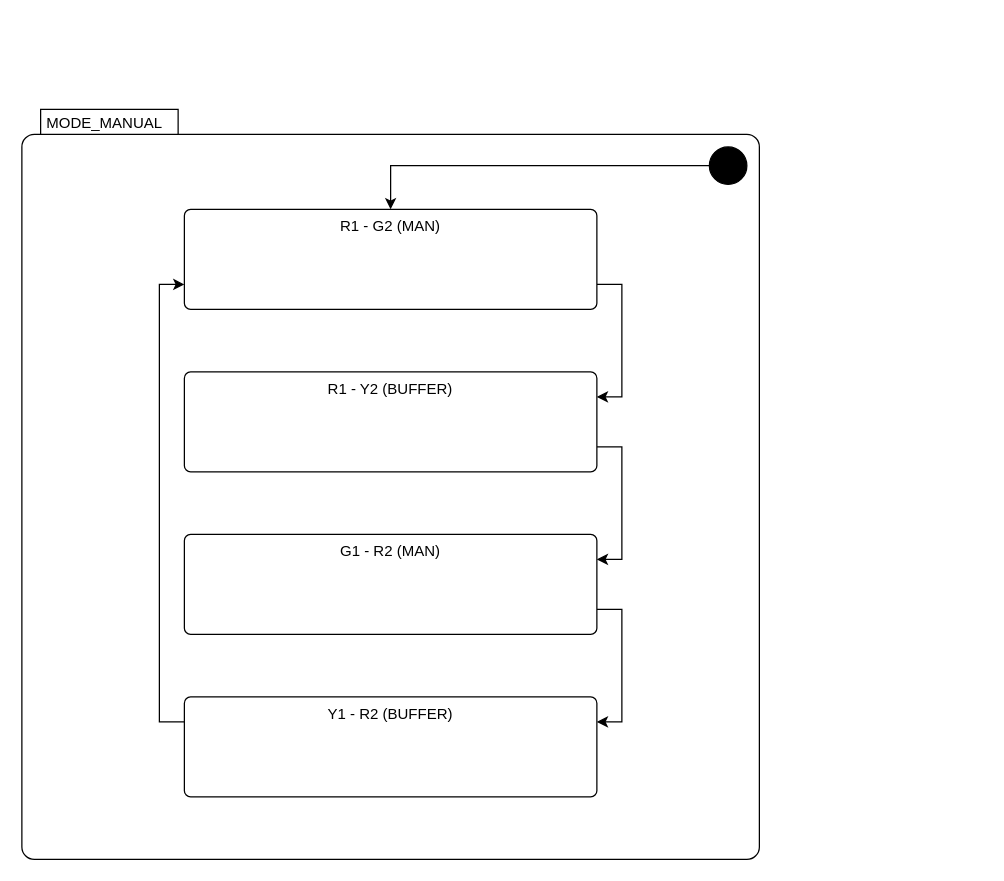
Above: page "fsm_manual_uml" (5 of 6) of Drafts/traffic_fsm.drawio in trananhtuhcmut/traffic_light_mcmp-assignment (draw.io), before the change. Source tidied: cells renumbered, new cells numbered last; positions are measured from the earlier drawing's top-left corner, leaving out a move shared by most shapes. Both pictures are drawn from the tidied source at 125%, with x=0, y=0 at pixel (21, 109).
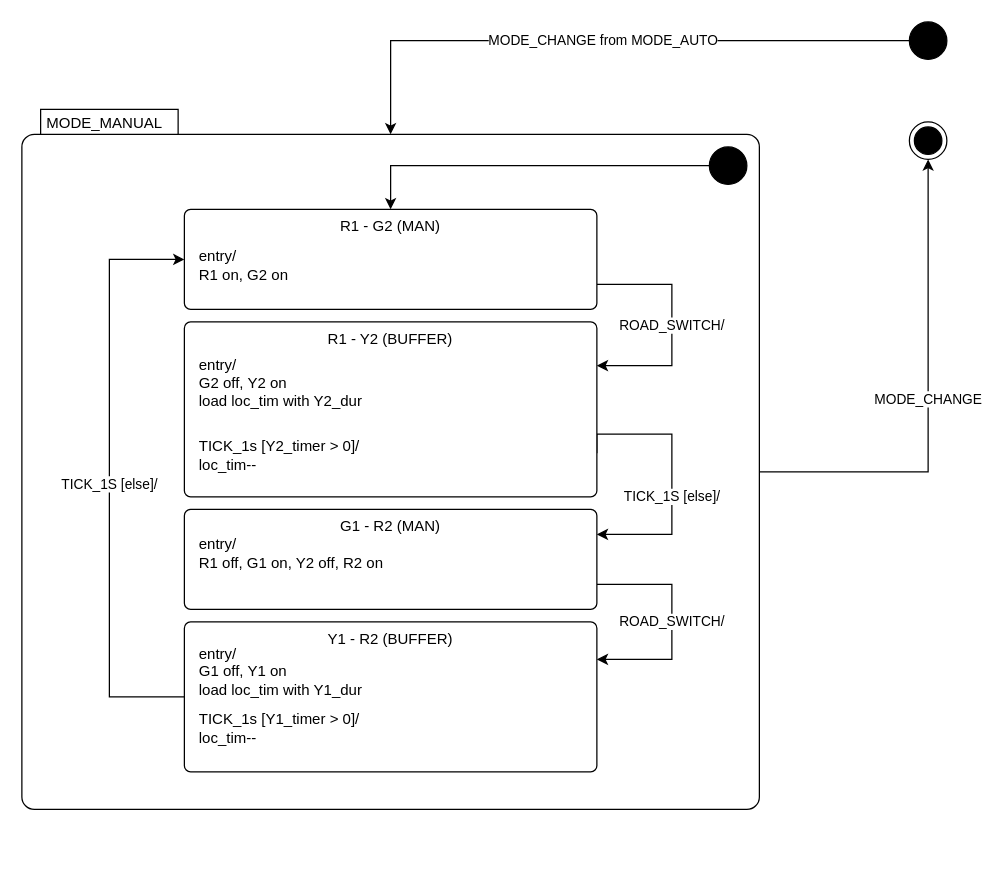
Above is the later version.

Diff of the diagram source:
```diff
@@
+    <mxCell id="13" value="MODE_CHANGE" style="edgeStyle=orthogonalEdgeStyle;rounded=0;jettySize=auto;html=1;exitX=1;exitY=0.5;exitDx=0;exitDy=10;exitPerimeter=0;entryX=0.5;entryY=1;entryDx=0;entryDy=0;defaultLabelBackgroundColor=page;" parent="1" edge="1" source="2" target="15">
+      <mxGeometry relative="1" as="geometry" />
+    </mxCell>
     <mxCell id="2" value="MODE_MANUAL" style="shape=mxgraph.sysml.compState;html=1;align=left;verticalAlign=top;spacingTop=-3;spacingLeft=18;" parent="1" vertex="1">
-      <mxGeometry width="590" height="600" as="geometry" />
+      <mxGeometry width="590" height="560" as="geometry" />
     </mxCell>
-    <mxCell id="3" style="edgeStyle=orthogonalEdgeStyle;rounded=0;jettySize=auto;html=1;exitX=1;exitY=0.75;exitDx=0;exitDy=0;entryX=1;entryY=0.25;entryDx=0;entryDy=0;defaultLabelBackgroundColor=page;" parent="1" edge="1" source="4" target="8">
-      <mxGeometry relative="1" as="geometry" />
+    <mxCell id="3" value="ROAD_SWITCH/" style="edgeStyle=orthogonalEdgeStyle;rounded=0;jettySize=auto;html=1;exitX=1;exitY=0.75;exitDx=0;exitDy=0;entryX=1;entryY=0.25;entryDx=0;entryDy=0;defaultLabelBackgroundColor=page;" parent="1" edge="1" source="4" target="8">
+      <mxGeometry x="0.01" relative="1" as="geometry">
+        <Array as="points">
+          <mxPoint x="520" y="140.3" />
+          <mxPoint x="520" y="204.9" />
+        </Array>
+      </mxGeometry>
     </mxCell>
-    <mxCell id="4" value="R1 - G2 (MAN)" style="html=1;align=center;verticalAlign=top;rounded=1;absoluteArcSize=1;arcSize=10;dashed=0;whiteSpace=wrap;" parent="1" vertex="1">
-      <mxGeometry x="130" y="80" width="330" height="80" as="geometry" />
-    </mxCell>
-    <mxCell id="5" style="edgeStyle=orthogonalEdgeStyle;rounded=0;jettySize=auto;html=1;exitX=1;exitY=0.75;exitDx=0;exitDy=0;entryX=1;entryY=0.25;entryDx=0;entryDy=0;defaultLabelBackgroundColor=page;" parent="1" edge="1" source="6" target="10">
-      <mxGeometry relative="1" as="geometry" />
+    <mxCell id="5" value="ROAD_SWITCH/" style="edgeStyle=orthogonalEdgeStyle;rounded=0;jettySize=auto;html=1;exitX=1;exitY=0.75;exitDx=0;exitDy=0;entryX=1;entryY=0.25;entryDx=0;entryDy=0;defaultLabelBackgroundColor=page;" parent="1" edge="1" source="6" target="10">
+      <mxGeometry relative="1" as="geometry">
+        <Array as="points">
+          <mxPoint x="520" y="379.9" />
+          <mxPoint x="520" y="440.3" />
+        </Array>
+      </mxGeometry>
     </mxCell>
-    <mxCell id="6" value="G1 - R2 (MAN)" style="html=1;align=center;verticalAlign=top;rounded=1;absoluteArcSize=1;arcSize=10;dashed=0;whiteSpace=wrap;" parent="1" vertex="1">
-      <mxGeometry x="130" y="340" width="330" height="80" as="geometry" />
-    </mxCell>
-    <mxCell id="7" style="edgeStyle=orthogonalEdgeStyle;rounded=0;jettySize=auto;html=1;exitX=1;exitY=0.75;exitDx=0;exitDy=0;entryX=1;entryY=0.25;entryDx=0;entryDy=0;defaultLabelBackgroundColor=page;" parent="1" edge="1" source="8" target="6">
-      <mxGeometry relative="1" as="geometry" />
+    <mxCell id="7" value="TICK_1S [else]/" style="edgeStyle=orthogonalEdgeStyle;rounded=0;jettySize=auto;html=1;exitX=1;exitY=0.75;exitDx=0;exitDy=0;entryX=1;entryY=0.25;entryDx=0;entryDy=0;defaultLabelBackgroundColor=page;" parent="1" edge="1" source="8" target="6">
+      <mxGeometry x="0.17" relative="1" as="geometry">
+        <Array as="points">
+          <mxPoint x="460" y="259.7" />
+          <mxPoint x="520" y="259.7" />
+          <mxPoint x="520" y="340" />
+        </Array>
+      </mxGeometry>
     </mxCell>
-    <mxCell id="8" value="R1 - Y2 (BUFFER)" style="html=1;align=center;verticalAlign=top;rounded=1;absoluteArcSize=1;arcSize=10;dashed=0;whiteSpace=wrap;" parent="1" vertex="1">
-      <mxGeometry x="130" y="210" width="330" height="80" as="geometry" />
-    </mxCell>
-    <mxCell id="9" style="edgeStyle=orthogonalEdgeStyle;rounded=0;jettySize=auto;html=1;exitX=0;exitY=0.25;exitDx=0;exitDy=0;entryX=0;entryY=0.75;entryDx=0;entryDy=0;defaultLabelBackgroundColor=page;" parent="1" edge="1" source="10" target="4">
-      <mxGeometry relative="1" as="geometry" />
+    <mxCell id="9" value="TICK_1S [else]/" style="edgeStyle=orthogonalEdgeStyle;rounded=0;jettySize=auto;html=1;exitX=0;exitY=0.5;exitDx=0;exitDy=0;entryX=0;entryY=0.5;entryDx=0;entryDy=0;defaultLabelBackgroundColor=page;" parent="1" edge="1" source="10" target="4">
+      <mxGeometry x="-0.02" relative="1" as="geometry">
+        <Array as="points">
+          <mxPoint x="70" y="470" />
+          <mxPoint x="70" y="120" />
+        </Array>
+      </mxGeometry>
     </mxCell>
-    <mxCell id="10" value="Y1 - R2 (BUFFER)" style="html=1;align=center;verticalAlign=top;rounded=1;absoluteArcSize=1;arcSize=10;dashed=0;whiteSpace=wrap;" parent="1" vertex="1">
-      <mxGeometry x="130" y="470" width="330" height="80" as="geometry" />
-    </mxCell>
@@
+    <mxCell id="14" style="ellipse;fillColor=strokeColor;html=1;" parent="1" vertex="1">
+      <mxGeometry x="710" y="-70" width="30" height="30" as="geometry" />
+    </mxCell>
+    <mxCell id="15" style="ellipse;html=1;shape=endState;fillColor=strokeColor;" parent="1" vertex="1">
+      <mxGeometry x="710" y="10" width="30" height="30" as="geometry" />
+    </mxCell>
+    <mxCell id="16" value="MODE_CHANGE from MODE_AUTO" style="edgeStyle=orthogonalEdgeStyle;rounded=0;jettySize=auto;html=1;exitX=0;exitY=0.5;exitDx=0;exitDy=0;entryX=0.5;entryY=0;entryDx=0;entryDy=20;entryPerimeter=0;defaultLabelBackgroundColor=page;" parent="1" edge="1" source="14" target="2">
+      <mxGeometry relative="1" as="geometry" />
+    </mxCell>
+    <mxCell id="17" style="group;" parent="1" vertex="1">
+      <mxGeometry x="130" y="170" width="330" height="140" as="geometry" />
+    </mxCell>
+    <mxCell id="8" value="R1 - Y2 (BUFFER)" style="html=1;align=center;verticalAlign=top;rounded=1;absoluteArcSize=1;arcSize=10;dashed=0;whiteSpace=wrap;" parent="17" vertex="1">
+      <mxGeometry width="330" height="140" as="geometry" />
+    </mxCell>
+    <mxCell id="18" value="TICK_1s [Y2_timer &amp;gt; 0]/&lt;div&gt;loc_tim--&lt;/div&gt;" style="text;html=1;whiteSpace=wrap;strokeColor=none;fillColor=none;align=left;verticalAlign=middle;rounded=0;" parent="17" vertex="1">
+      <mxGeometry x="10" y="78.3" width="160" height="58.3" as="geometry" />
+    </mxCell>
+    <mxCell id="19" value="entry/&lt;div&gt;G2 off, Y2 on&lt;/div&gt;&lt;div&gt;load loc_tim with Y2_dur&lt;/div&gt;" style="text;html=1;whiteSpace=wrap;strokeColor=none;fillColor=none;align=left;verticalAlign=middle;rounded=0;" parent="17" vertex="1">
+      <mxGeometry x="10" y="20" width="170" height="58.3" as="geometry" />
+    </mxCell>
+    <mxCell id="20" style="group;" parent="1" vertex="1">
+      <mxGeometry x="130" y="410" width="330" height="120" as="geometry" />
+    </mxCell>
+    <mxCell id="10" value="Y1 - R2 (BUFFER)" style="html=1;align=center;verticalAlign=top;rounded=1;absoluteArcSize=1;arcSize=10;dashed=0;whiteSpace=wrap;" parent="20" vertex="1">
+      <mxGeometry width="330" height="120" as="geometry" />
+    </mxCell>
+    <mxCell id="21" value="TICK_1s [Y1_timer &amp;gt; 0]/&lt;div&gt;loc_tim--&lt;/div&gt;" style="text;html=1;whiteSpace=wrap;strokeColor=none;fillColor=none;align=left;verticalAlign=middle;rounded=0;" parent="20" vertex="1">
+      <mxGeometry x="10" y="70" width="250" height="30" as="geometry" />
+    </mxCell>
+    <mxCell id="22" value="entry/&lt;div&gt;G1 off, Y1 on&lt;/div&gt;&lt;div&gt;load loc_tim with Y1_dur&lt;/div&gt;" style="text;html=1;whiteSpace=wrap;strokeColor=none;fillColor=none;align=left;verticalAlign=middle;rounded=0;" parent="20" vertex="1">
+      <mxGeometry x="10" y="20" width="250" height="40" as="geometry" />
+    </mxCell>
+    <mxCell id="4" value="R1 - G2 (MAN)" style="html=1;align=center;verticalAlign=top;rounded=1;absoluteArcSize=1;arcSize=10;dashed=0;whiteSpace=wrap;" parent="1" vertex="1">
+      <mxGeometry x="130" y="80" width="330" height="80" as="geometry" />
+    </mxCell>
+    <mxCell id="23" value="entry/&lt;div&gt;R1 on, G2 on&lt;/div&gt;" style="text;html=1;whiteSpace=wrap;strokeColor=none;fillColor=none;align=left;verticalAlign=middle;rounded=0;" parent="1" vertex="1">
+      <mxGeometry x="140" y="100" width="170" height="50" as="geometry" />
+    </mxCell>
+    <mxCell id="6" value="G1 - R2 (MAN)" style="html=1;align=center;verticalAlign=top;rounded=1;absoluteArcSize=1;arcSize=10;dashed=0;whiteSpace=wrap;" parent="1" vertex="1">
+      <mxGeometry x="130" y="320" width="330" height="80" as="geometry" />
+    </mxCell>
+    <mxCell id="24" value="entry/&lt;div&gt;R1 off, G1 on, Y2 off, R2 on&lt;/div&gt;" style="text;html=1;whiteSpace=wrap;strokeColor=none;fillColor=none;align=left;verticalAlign=middle;rounded=0;" parent="1" vertex="1">
+      <mxGeometry x="140" y="340" width="160" height="30" as="geometry" />
+    </mxCell>
```
